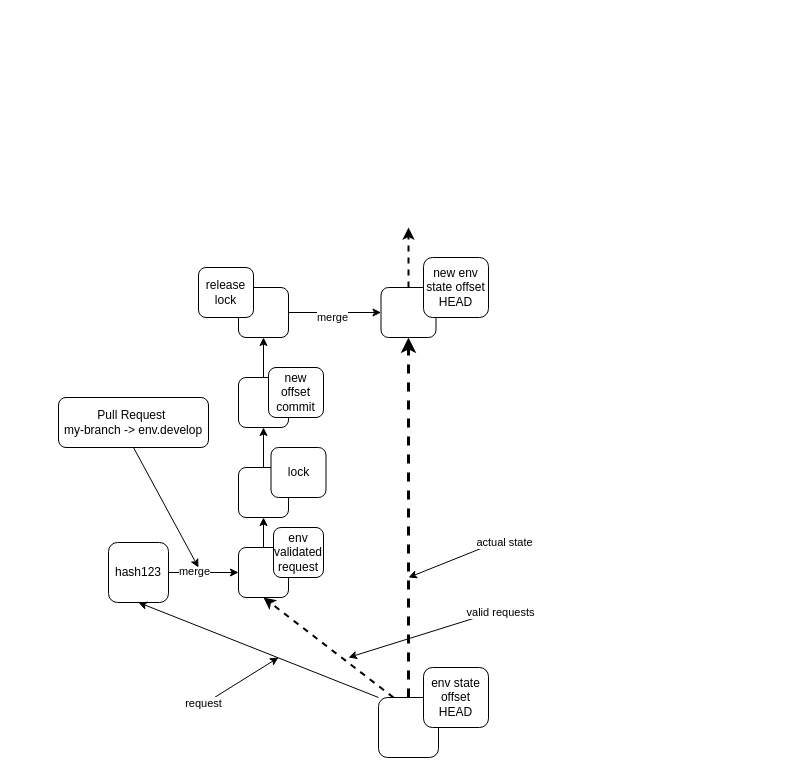
Before: branches-architecture.drawio in andreyzebin/vezuvio, a draw.io diagram. Source tidied: cells renumbered, new cells numbered last; positions are measured from the earlier drawing's top-left corner, leaving out a move shared by most shapes. Both pictures are drawn from the tidied source at 100%, with x=0, y=0 at pixel (58, 227).
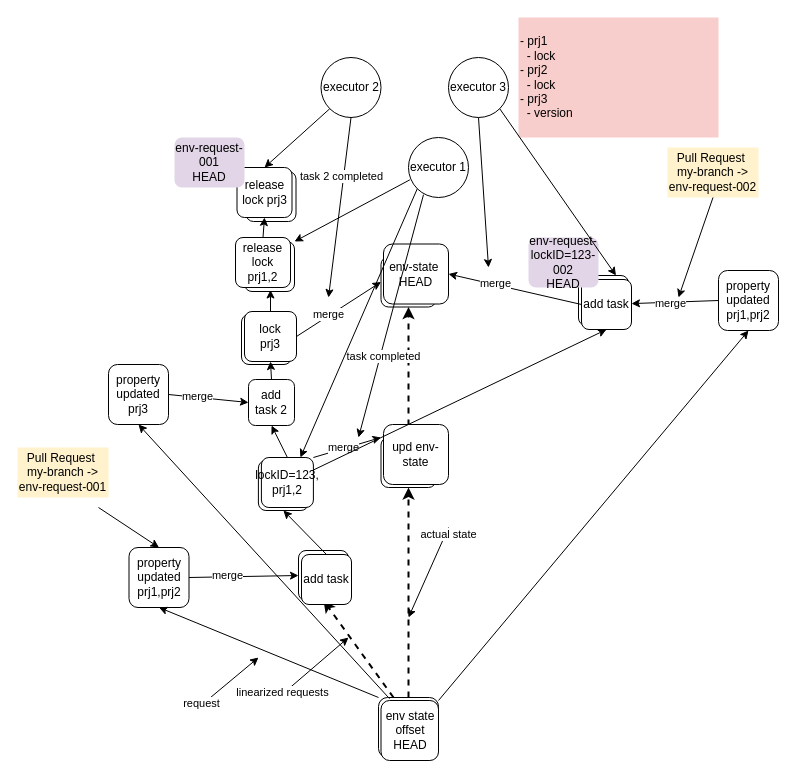
The same page after the edit.

Commit message:
set logs error

Unchanged cells that the change refers to:
```xml
<mxCell id="2" style="rounded=1;whiteSpace=wrap;html=1;" parent="1" vertex="1">
  <mxGeometry x="320" y="470" width="60" height="60" as="geometry" />
</mxCell>
```

Change to the diagram source:
```diff
@@
     <mxCell id="3" style="rounded=1;whiteSpace=wrap;html=1;" parent="1" vertex="1">
-      <mxGeometry x="180" y="320" width="50" height="50" as="geometry" />
+      <mxGeometry x="240" y="323" width="50" height="50" as="geometry" />
     </mxCell>
-    <mxCell id="4" value="hash123" style="rounded=1;whiteSpace=wrap;html=1;" parent="1" vertex="1">
-      <mxGeometry x="50" y="315" width="60" height="60" as="geometry" />
+    <mxCell id="4" value="property updated&lt;div&gt;prj1,prj2&lt;/div&gt;" style="rounded=1;whiteSpace=wrap;html=1;" parent="1" vertex="1">
+      <mxGeometry x="70.5" y="320" width="60" height="60" as="geometry" />
     </mxCell>
     <mxCell id="5" value="env state offset HEAD" style="rounded=1;whiteSpace=wrap;html=1;" parent="1" vertex="1">
-      <mxGeometry x="365" y="440" width="65" height="60" as="geometry" />
+      <mxGeometry x="322.5" y="473" width="57.5" height="60" as="geometry" />
     </mxCell>
@@
-    <mxCell id="8" value="env validated request" style="rounded=1;whiteSpace=wrap;html=1;" parent="1" vertex="1">
-      <mxGeometry x="215" y="300" width="50" height="50" as="geometry" />
+    <mxCell id="8" value="add task" style="rounded=1;whiteSpace=wrap;html=1;" parent="1" vertex="1">
+      <mxGeometry x="243" y="327" width="50" height="50" as="geometry" />
     </mxCell>
-    <mxCell id="9" style="endArrow=classic;html=1;rounded=0;exitX=0.5;exitY=0;exitDx=0;exitDy=0;strokeWidth=2;dashed=1;" parent="1" edge="1" source="13">
-      <mxGeometry relative="1" as="geometry">
-        <mxPoint x="350" as="targetPoint" />
-      </mxGeometry>
+    <mxCell id="9" style="endArrow=classic;html=1;rounded=0;exitX=0.5;exitY=0;exitDx=0;exitDy=0;strokeWidth=2;dashed=1;entryX=0.5;entryY=1;entryDx=0;entryDy=0;" parent="1" edge="1" source="13" target="40">
+      <mxGeometry relative="1" as="geometry" />
     </mxCell>
-    <mxCell id="10" style="rounded=1;whiteSpace=wrap;html=1;" parent="1" vertex="1">
-      <mxGeometry x="180" y="240" width="50" height="50" as="geometry" />
-    </mxCell>
-    <mxCell id="11" style="endArrow=classic;html=1;rounded=0;exitX=0.5;exitY=0;exitDx=0;exitDy=0;entryX=0.5;entryY=1;entryDx=0;entryDy=0;" parent="1" edge="1" source="3" target="10">
-      <mxGeometry relative="1" as="geometry" />
-    </mxCell>
-    <mxCell id="12" style="endArrow=classic;html=1;rounded=0;exitX=0.5;exitY=0;exitDx=0;exitDy=0;strokeWidth=3;dashed=1;" parent="1" edge="1" source="2" target="13">
+    <mxCell id="12" style="endArrow=classic;html=1;rounded=0;exitX=0.5;exitY=0;exitDx=0;exitDy=0;strokeWidth=2;dashed=1;" parent="1" edge="1" source="2" target="13">
       <mxGeometry relative="1" as="geometry" />
     </mxCell>
     <mxCell id="13" style="rounded=1;whiteSpace=wrap;html=1;" parent="1" vertex="1">
-      <mxGeometry x="322.5" y="60" width="55" height="50" as="geometry" />
+      <mxGeometry x="322.5" y="210" width="55" height="50" as="geometry" />
     </mxCell>
-    <mxCell id="14" value="new env state offset HEAD" style="rounded=1;whiteSpace=wrap;html=1;" parent="1" vertex="1">
-      <mxGeometry x="365" y="30" width="65" height="60" as="geometry" />
+    <mxCell id="14" value="upd env-state" style="rounded=1;whiteSpace=wrap;html=1;" parent="1" vertex="1">
+      <mxGeometry x="325" y="197" width="65" height="60" as="geometry" />
     </mxCell>
@@
-    <mxCell id="17" style="endArrow=classic;html=1;rounded=0;exitX=0.5;exitY=1;exitDx=0;exitDy=0;" parent="1" edge="1" source="18">
+    <mxCell id="17" style="endArrow=classic;html=1;rounded=0;exitX=0.5;exitY=1;exitDx=0;exitDy=0;entryX=0.5;entryY=0;entryDx=0;entryDy=0;" parent="1" edge="1" target="4">
       <mxGeometry relative="1" as="geometry">
-        <mxPoint x="140" y="340" as="targetPoint" />
+        <mxPoint x="40" y="280" as="sourcePoint" />
       </mxGeometry>
     </mxCell>
-    <mxCell id="18" value="&lt;div&gt;Pull Request&amp;nbsp;&lt;/div&gt;&lt;div&gt;&lt;span style=&quot;background-color: transparent; color: light-dark(rgb(0, 0, 0), rgb(255, 255, 255));&quot;&gt;my-branch -&amp;gt; env.develop&lt;/span&gt;&lt;/div&gt;" style="rounded=1;whiteSpace=wrap;html=1;" parent="1" vertex="1">
-      <mxGeometry y="170" width="150" height="50" as="geometry" />
-    </mxCell>
     <mxCell id="19" style="endArrow=classic;html=1;rounded=0;" parent="1" edge="1">
       <mxGeometry relative="1" as="geometry">
-        <mxPoint x="450" y="380" as="sourcePoint" />
-        <mxPoint x="290" y="430" as="targetPoint" />
+        <mxPoint x="220" y="470" as="sourcePoint" />
+        <mxPoint x="290" y="410" as="targetPoint" />
       </mxGeometry>
     </mxCell>
-    <mxCell id="20" value="valid requests" style="edgeLabel;html=1;align=center;verticalAlign=middle;" parent="19" vertex="1">
+    <mxCell id="20" value="linearized requests" style="edgeLabel;html=1;align=center;verticalAlign=middle;" parent="19" vertex="1">
       <mxGeometry x="-0.88" y="2" relative="1" as="geometry" />
     </mxCell>
     <mxCell id="21" style="endArrow=classic;html=1;rounded=0;" parent="1" edge="1">
       <mxGeometry relative="1" as="geometry">
-        <mxPoint x="450" y="310" as="sourcePoint" />
-        <mxPoint x="350" y="350" as="targetPoint" />
+        <mxPoint x="390" y="300" as="sourcePoint" />
+        <mxPoint x="350" y="390" as="targetPoint" />
       </mxGeometry>
     </mxCell>
@@
     <mxCell id="23" style="endArrow=classic;html=1;rounded=0;" parent="1" edge="1">
       <mxGeometry relative="1" as="geometry">
         <mxPoint x="140" y="480" as="sourcePoint" />
-        <mxPoint x="220" y="430" as="targetPoint" />
+        <mxPoint x="200" y="430" as="targetPoint" />
       </mxGeometry>
     </mxCell>
@@
-    <mxCell id="25" style="rounded=1;whiteSpace=wrap;html=1;" parent="1" vertex="1">
-      <mxGeometry x="180" y="150" width="50" height="50" as="geometry" />
-    </mxCell>
-    <mxCell id="26" style="endArrow=classic;html=1;rounded=0;exitX=0.5;exitY=0;exitDx=0;exitDy=0;entryX=0.5;entryY=1;entryDx=0;entryDy=0;" parent="1" edge="1" source="10" target="25">
-      <mxGeometry relative="1" as="geometry" />
-    </mxCell>
-    <mxCell id="27" value="new offset commit" style="rounded=1;whiteSpace=wrap;html=1;" parent="1" vertex="1">
-      <mxGeometry x="210" y="140" width="55" height="50" as="geometry" />
-    </mxCell>
-    <mxCell id="28" value="lock" style="rounded=1;whiteSpace=wrap;html=1;" parent="1" vertex="1">
-      <mxGeometry x="212.5" y="220" width="55" height="50" as="geometry" />
-    </mxCell>
     <mxCell id="29" style="rounded=1;whiteSpace=wrap;html=1;" parent="1" vertex="1">
-      <mxGeometry x="180" y="60" width="50" height="50" as="geometry" />
+      <mxGeometry x="186" y="14" width="50" height="50" as="geometry" />
     </mxCell>
-    <mxCell id="30" style="endArrow=classic;html=1;rounded=0;entryX=0.5;entryY=1;entryDx=0;entryDy=0;exitX=0.5;exitY=0;exitDx=0;exitDy=0;" parent="1" edge="1" source="25" target="29">
+    <mxCell id="30" style="endArrow=classic;html=1;rounded=0;exitX=0.5;exitY=0;exitDx=0;exitDy=0;entryX=0.636;entryY=1.05;entryDx=0;entryDy=0;entryPerimeter=0;" parent="1" edge="1" source="39" target="31">
       <mxGeometry relative="1" as="geometry" />
     </mxCell>
-    <mxCell id="31" value="release lock" style="rounded=1;whiteSpace=wrap;html=1;" parent="1" vertex="1">
-      <mxGeometry x="140" y="40" width="55" height="50" as="geometry" />
+    <mxCell id="31" value="release lock prj1,2" style="rounded=1;whiteSpace=wrap;html=1;" parent="1" vertex="1">
+      <mxGeometry x="177" y="10" width="55" height="50" as="geometry" />
     </mxCell>
-    <mxCell id="32" style="endArrow=classic;html=1;rounded=0;exitX=1;exitY=0.5;exitDx=0;exitDy=0;entryX=0;entryY=0.5;entryDx=0;entryDy=0;" parent="1" edge="1" source="29" target="13">
-      <mxGeometry relative="1" as="geometry" />
-    </mxCell>
-    <mxCell id="33" value="merge" style="edgeLabel;html=1;align=center;verticalAlign=middle;" parent="32" vertex="1">
-      <mxGeometry x="-0.06" y="-4" relative="1" as="geometry" />
-    </mxCell>
+    <mxCell id="34" value="- prj1&lt;div&gt;&amp;nbsp; - lock&lt;/div&gt;&lt;div&gt;&lt;div&gt;- prj2&lt;/div&gt;&lt;div&gt;&amp;nbsp; - lock&lt;/div&gt;&lt;div&gt;&lt;span style=&quot;background-color: transparent; color: light-dark(rgb(0, 0, 0), rgb(255, 255, 255));&quot;&gt;- prj3&lt;/span&gt;&lt;/div&gt;&lt;/div&gt;&lt;div&gt;&amp;nbsp; - version&lt;/div&gt;" style="text;html=1;align=left;verticalAlign=middle;whiteSpace=wrap;rounded=0;fillColor=#f8cecc;strokeColor=none;" parent="1" vertex="1">
+      <mxGeometry x="460" y="-210" width="200" height="120" as="geometry" />
+    </mxCell>
+    <mxCell id="35" style="rounded=1;whiteSpace=wrap;html=1;" parent="1" vertex="1">
+      <mxGeometry x="199.9" y="233" width="50" height="50" as="geometry" />
+    </mxCell>
+    <mxCell id="36" value="lockID=123,&lt;div&gt;prj1,2&lt;/div&gt;" style="rounded=1;whiteSpace=wrap;html=1;" parent="1" vertex="1">
+      <mxGeometry x="202.9" y="230" width="52" height="50" as="geometry" />
+    </mxCell>
+    <mxCell id="37" style="endArrow=classic;html=1;rounded=0;exitX=0.5;exitY=0;exitDx=0;exitDy=0;entryX=0.5;entryY=1;entryDx=0;entryDy=0;" parent="1" edge="1" source="8" target="35">
+      <mxGeometry relative="1" as="geometry" />
+    </mxCell>
+    <mxCell id="38" style="rounded=1;whiteSpace=wrap;html=1;" parent="1" vertex="1">
+      <mxGeometry x="183" y="87" width="50" height="50" as="geometry" />
+    </mxCell>
+    <mxCell id="39" value="lock&lt;div&gt;prj3&lt;/div&gt;" style="rounded=1;whiteSpace=wrap;html=1;" parent="1" vertex="1">
+      <mxGeometry x="186" y="84" width="52" height="50" as="geometry" />
+    </mxCell>
+    <mxCell id="40" style="rounded=1;whiteSpace=wrap;html=1;" parent="1" vertex="1">
+      <mxGeometry x="322.5" y="29.5" width="55" height="50" as="geometry" />
+    </mxCell>
+    <mxCell id="41" value="env-state&amp;nbsp; HEAD" style="rounded=1;whiteSpace=wrap;html=1;" parent="1" vertex="1">
+      <mxGeometry x="325" y="16.5" width="65" height="60" as="geometry" />
+    </mxCell>
+    <mxCell id="42" value="property updated&lt;div&gt;prj3&lt;/div&gt;" style="rounded=1;whiteSpace=wrap;html=1;" parent="1" vertex="1">
+      <mxGeometry x="50" y="137" width="60" height="60" as="geometry" />
+    </mxCell>
+    <mxCell id="43" style="endArrow=classic;html=1;rounded=0;exitX=0.148;exitY=-0.031;exitDx=0;exitDy=0;exitPerimeter=0;entryX=0.5;entryY=1;entryDx=0;entryDy=0;" parent="1" edge="1" source="5" target="42">
+      <mxGeometry relative="1" as="geometry" />
+    </mxCell>
+    <mxCell id="44" style="endArrow=classic;html=1;rounded=0;exitX=0.5;exitY=0;exitDx=0;exitDy=0;entryX=0.5;entryY=1;entryDx=0;entryDy=0;" parent="1" edge="1" source="36" target="45">
+      <mxGeometry relative="1" as="geometry" />
+    </mxCell>
+    <mxCell id="45" value="add task 2" style="rounded=1;whiteSpace=wrap;html=1;" parent="1" vertex="1">
+      <mxGeometry x="190" y="152" width="46" height="46" as="geometry" />
+    </mxCell>
+    <mxCell id="46" style="endArrow=classic;html=1;rounded=0;exitX=1;exitY=0.5;exitDx=0;exitDy=0;entryX=0;entryY=0.5;entryDx=0;entryDy=0;" parent="1" edge="1" source="42" target="45">
+      <mxGeometry relative="1" as="geometry" />
+    </mxCell>
+    <mxCell id="47" value="merge" style="edgeLabel;html=1;align=center;verticalAlign=middle;" parent="46" vertex="1">
+      <mxGeometry x="-0.27" y="1" relative="1" as="geometry" />
+    </mxCell>
+    <mxCell id="48" style="endArrow=classic;html=1;rounded=0;exitX=0.5;exitY=0;exitDx=0;exitDy=0;entryX=0.5;entryY=1;entryDx=0;entryDy=0;" parent="1" edge="1" source="45" target="39">
+      <mxGeometry relative="1" as="geometry" />
+    </mxCell>
+    <mxCell id="49" style="rounded=1;whiteSpace=wrap;html=1;" parent="1" vertex="1">
+      <mxGeometry x="187.5" y="-56" width="50" height="50" as="geometry" />
+    </mxCell>
+    <mxCell id="50" value="release lock prj3" style="rounded=1;whiteSpace=wrap;html=1;" parent="1" vertex="1">
+      <mxGeometry x="178.5" y="-60" width="55" height="50" as="geometry" />
+    </mxCell>
+    <mxCell id="51" style="endArrow=classic;html=1;rounded=0;exitX=0.5;exitY=0;exitDx=0;exitDy=0;entryX=0.5;entryY=1;entryDx=0;entryDy=0;" parent="1" edge="1" source="31" target="50">
+      <mxGeometry relative="1" as="geometry" />
+    </mxCell>
+    <mxCell id="52" style="endArrow=classic;html=1;rounded=0;exitX=1;exitY=0;exitDx=0;exitDy=0;entryX=0;entryY=0;entryDx=0;entryDy=0;" parent="1" edge="1" source="36" target="13">
+      <mxGeometry relative="1" as="geometry" />
+    </mxCell>
+    <mxCell id="53" value="merge" style="edgeLabel;html=1;align=center;verticalAlign=middle;" parent="52" vertex="1">
+      <mxGeometry x="-0.09" y="3" relative="1" as="geometry">
+        <mxPoint y="1" as="offset" />
+      </mxGeometry>
+    </mxCell>
+    <mxCell id="54" value="executor 1" style="ellipse;whiteSpace=wrap;html=1;" parent="1" vertex="1">
+      <mxGeometry x="350" y="-90" width="60" height="60" as="geometry" />
+    </mxCell>
+    <mxCell id="55" style="endArrow=classic;html=1;rounded=0;exitX=0.25;exitY=0.953;exitDx=0;exitDy=0;exitPerimeter=0;" parent="1" edge="1" source="54">
+      <mxGeometry relative="1" as="geometry">
+        <mxPoint x="300" y="210" as="targetPoint" />
+      </mxGeometry>
+    </mxCell>
+    <mxCell id="56" value="task&amp;nbsp;&lt;span style=&quot;background-color: light-dark(#ffffff, var(--ge-dark-color, #121212)); color: light-dark(rgb(0, 0, 0), rgb(255, 255, 255));&quot;&gt;completed&lt;/span&gt;" style="edgeLabel;html=1;align=center;verticalAlign=middle;" parent="55" vertex="1">
+      <mxGeometry x="0.32" y="2" relative="1" as="geometry" />
+    </mxCell>
+    <mxCell id="57" style="endArrow=classic;html=1;rounded=0;exitX=0.023;exitY=0.705;exitDx=0;exitDy=0;exitPerimeter=0;entryX=1;entryY=0;entryDx=0;entryDy=0;" parent="1" edge="1" source="54" target="29">
+      <mxGeometry relative="1" as="geometry" />
+    </mxCell>
+    <mxCell id="58" style="endArrow=classic;html=1;rounded=0;exitX=0;exitY=1;exitDx=0;exitDy=0;entryX=0.75;entryY=0;entryDx=0;entryDy=0;" parent="1" edge="1" source="54" target="36">
+      <mxGeometry relative="1" as="geometry" />
+    </mxCell>
+    <mxCell id="59" value="executor 2" style="ellipse;whiteSpace=wrap;html=1;" parent="1" vertex="1">
+      <mxGeometry x="262.5" y="-170" width="60" height="60" as="geometry" />
+    </mxCell>
+    <mxCell id="60" style="endArrow=classic;html=1;rounded=0;exitX=0;exitY=1;exitDx=0;exitDy=0;entryX=0.5;entryY=0;entryDx=0;entryDy=0;" parent="1" edge="1" source="59" target="50">
+      <mxGeometry relative="1" as="geometry" />
+    </mxCell>
+    <mxCell id="61" style="endArrow=classic;html=1;rounded=0;exitX=0.5;exitY=1;exitDx=0;exitDy=0;" parent="1" edge="1" source="59">
+      <mxGeometry relative="1" as="geometry">
+        <mxPoint x="270" y="70" as="targetPoint" />
+      </mxGeometry>
+    </mxCell>
+    <mxCell id="62" value="task 2 completed" style="edgeLabel;html=1;align=center;verticalAlign=middle;" parent="61" vertex="1">
+      <mxGeometry x="-0.35" y="-3" relative="1" as="geometry" />
+    </mxCell>
+    <mxCell id="63" style="endArrow=classic;html=1;rounded=0;exitX=1;exitY=0.5;exitDx=0;exitDy=0;entryX=0;entryY=0.5;entryDx=0;entryDy=0;" parent="1" edge="1" source="39" target="40">
+      <mxGeometry relative="1" as="geometry" />
+    </mxCell>
+    <mxCell id="64" value="merge" style="edgeLabel;html=1;align=center;verticalAlign=middle;" parent="63" vertex="1">
+      <mxGeometry x="-0.23" y="2" relative="1" as="geometry" />
+    </mxCell>
+    <mxCell id="65" value="env-request-001&lt;div&gt;HEAD&lt;/div&gt;" style="rounded=1;whiteSpace=wrap;html=1;fillColor=#e1d5e7;strokeColor=none;" parent="1" vertex="1">
+      <mxGeometry x="116" y="-90" width="70" height="50" as="geometry" />
+    </mxCell>
+    <mxCell id="66" style="rounded=1;whiteSpace=wrap;html=1;" parent="1" vertex="1">
+      <mxGeometry x="520" y="48" width="50" height="50" as="geometry" />
+    </mxCell>
+    <mxCell id="67" value="add task" style="rounded=1;whiteSpace=wrap;html=1;" parent="1" vertex="1">
+      <mxGeometry x="523" y="52" width="50" height="50" as="geometry" />
+    </mxCell>
+    <mxCell id="68" style="endArrow=classic;html=1;rounded=0;entryX=0.5;entryY=1;entryDx=0;entryDy=0;exitX=1;exitY=0.25;exitDx=0;exitDy=0;" parent="1" edge="1" source="36" target="67">
+      <mxGeometry relative="1" as="geometry" />
+    </mxCell>
+    <mxCell id="69" value="env-request-lockID=123-002&lt;div&gt;HEAD&lt;/div&gt;" style="rounded=1;whiteSpace=wrap;html=1;fillColor=#e1d5e7;strokeColor=none;" parent="1" vertex="1">
+      <mxGeometry x="470" y="10" width="70" height="50" as="geometry" />
+    </mxCell>
+    <mxCell id="70" value="property updated&lt;div&gt;prj1,prj2&lt;/div&gt;" style="rounded=1;whiteSpace=wrap;html=1;" parent="1" vertex="1">
+      <mxGeometry x="660" y="43" width="60" height="60" as="geometry" />
+    </mxCell>
+    <mxCell id="71" style="endArrow=classic;html=1;rounded=0;exitX=0;exitY=0.5;exitDx=0;exitDy=0;" parent="1" edge="1" source="70" target="67">
+      <mxGeometry relative="1" as="geometry" />
+    </mxCell>
+    <mxCell id="72" value="merge" style="edgeLabel;html=1;align=center;verticalAlign=middle;" parent="71" vertex="1">
+      <mxGeometry x="0.13" y="1" relative="1" as="geometry" />
+    </mxCell>
+    <mxCell id="73" style="endArrow=classic;html=1;rounded=0;exitX=1;exitY=0;exitDx=0;exitDy=0;entryX=0.5;entryY=1;entryDx=0;entryDy=0;" parent="1" edge="1" source="5" target="70">
+      <mxGeometry relative="1" as="geometry" />
+    </mxCell>
+    <mxCell id="74" value="&lt;div&gt;Pull Request&amp;nbsp;&lt;/div&gt;&lt;div&gt;&lt;span style=&quot;background-color: transparent; color: light-dark(rgb(0, 0, 0), rgb(255, 255, 255));&quot;&gt;my-branch -&amp;gt; env-request-001&lt;/span&gt;&lt;/div&gt;" style="text;html=1;align=center;verticalAlign=middle;whiteSpace=wrap;rounded=0;fillColor=#fff2cc;strokeColor=none;" parent="1" vertex="1">
+      <mxGeometry x="-41" y="220" width="91" height="50" as="geometry" />
+    </mxCell>
+    <mxCell id="75" value="&lt;div&gt;Pull Request&amp;nbsp;&lt;/div&gt;&lt;div&gt;&lt;span style=&quot;background-color: transparent; color: light-dark(rgb(0, 0, 0), rgb(255, 255, 255));&quot;&gt;my-branch -&amp;gt; env-request-002&lt;/span&gt;&lt;/div&gt;" style="text;html=1;align=center;verticalAlign=middle;whiteSpace=wrap;rounded=0;fillColor=#fff2cc;strokeColor=none;" parent="1" vertex="1">
+      <mxGeometry x="609" y="-80" width="91" height="50" as="geometry" />
+    </mxCell>
+    <mxCell id="76" style="endArrow=classic;html=1;rounded=0;exitX=0.5;exitY=1;exitDx=0;exitDy=0;" parent="1" edge="1" source="75">
+      <mxGeometry relative="1" as="geometry">
+        <mxPoint x="620" y="70" as="targetPoint" />
+      </mxGeometry>
+    </mxCell>
+    <mxCell id="77" style="endArrow=classic;html=1;rounded=0;exitX=0;exitY=0.5;exitDx=0;exitDy=0;entryX=1;entryY=0.5;entryDx=0;entryDy=0;" parent="1" edge="1" source="67" target="41">
+      <mxGeometry relative="1" as="geometry" />
+    </mxCell>
+    <mxCell id="78" value="merge" style="edgeLabel;html=1;align=center;verticalAlign=middle;" parent="77" vertex="1">
+      <mxGeometry x="0.31" y="-2" relative="1" as="geometry" />
+    </mxCell>
+    <mxCell id="79" value="executor 3" style="ellipse;whiteSpace=wrap;html=1;" parent="1" vertex="1">
+      <mxGeometry x="390" y="-170" width="60" height="60" as="geometry" />
+    </mxCell>
+    <mxCell id="80" style="endArrow=classic;html=1;rounded=0;exitX=0.5;exitY=1;exitDx=0;exitDy=0;" parent="1" edge="1" source="79">
+      <mxGeometry relative="1" as="geometry">
+        <mxPoint x="430" y="40" as="targetPoint" />
+      </mxGeometry>
+    </mxCell>
+    <mxCell id="81" style="endArrow=classic;html=1;rounded=0;exitX=1;exitY=1;exitDx=0;exitDy=0;entryX=0.75;entryY=0;entryDx=0;entryDy=0;" parent="1" edge="1" source="79" target="66">
+      <mxGeometry relative="1" as="geometry" />
+    </mxCell>
```
